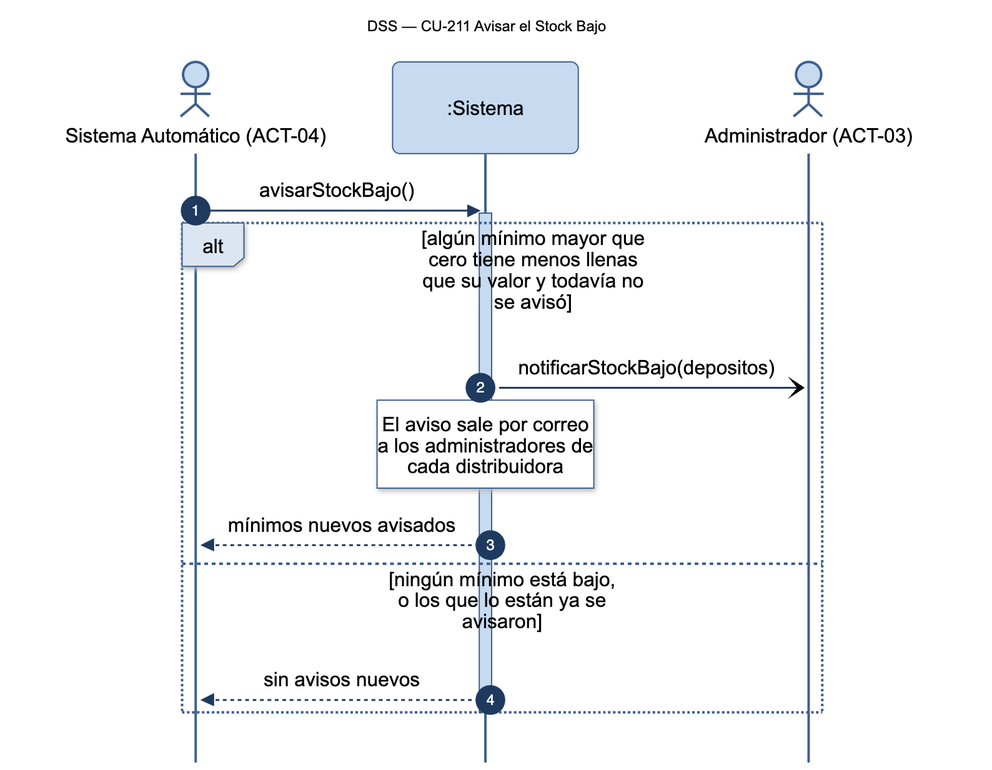
Above: diagramas/png/DSS_CU-211_Avisar-el-Stock-Bajo.png in Nahuelito-Dev/splg-docs (Mermaid), before the change. Its source is kept beside it as diagramas/DSS_CU-211_Avisar-el-Stock-Bajo.mmd.
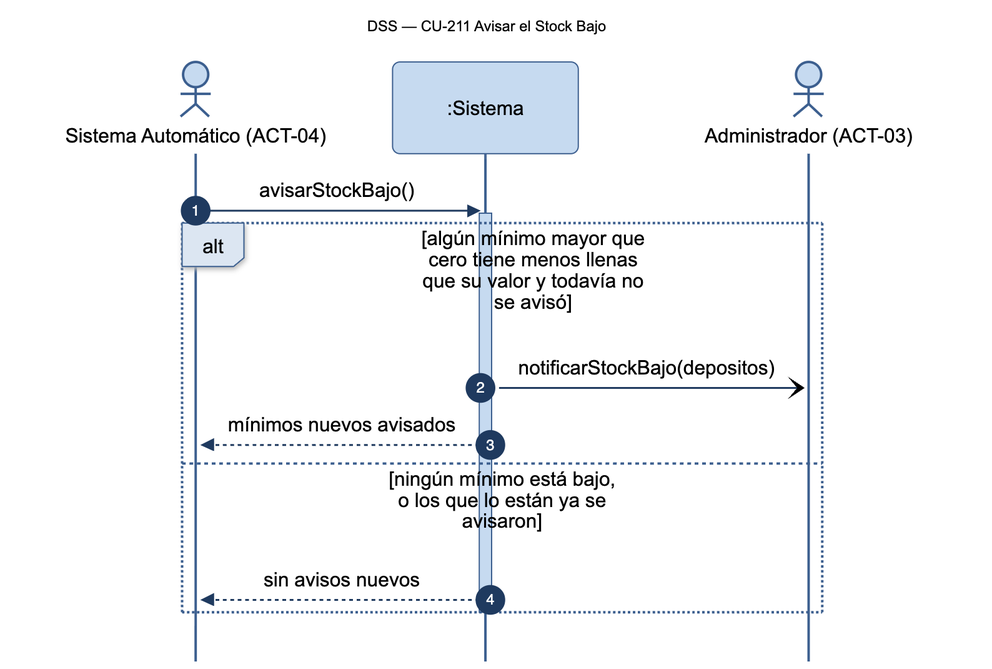
Above is the later version.

What changed in the source:
```diff
@@ -9,7 +9,6 @@
     activate SIS
     alt algún mínimo mayor que cero tiene menos llenas que su valor y todavía no se avisó
         SIS-)ADM: notificarStockBajo(depositos)
-        Note over SIS: El aviso sale por correo<br/>a los administradores de<br/>cada distribuidora
         SIS-->>SAU: mínimos nuevos avisados
     else ningún mínimo está bajo, o los que lo están ya se avisaron
         SIS-->>SAU: sin avisos nuevos
```
